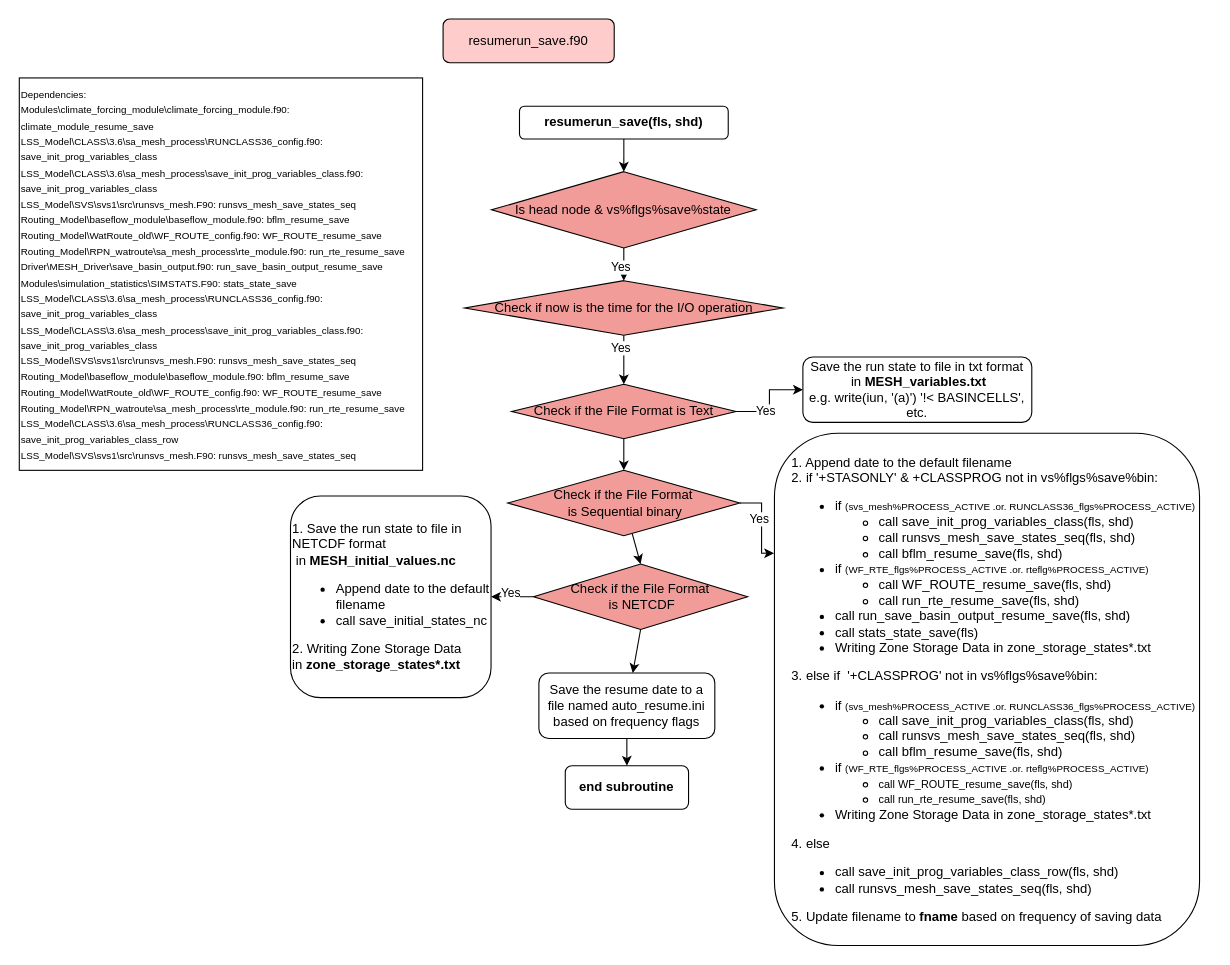
Before: resumerun_save.drawio in MeshMapping/r1860_ME_ZT-Mappings, a draw.io diagram. Source tidied: cells renumbered, new cells numbered last; positions are measured from the earlier drawing's top-left corner, leaving out a move shared by most shapes. Both pictures are drawn from the tidied source at 109%, with x=0, y=0 at pixel (19, 19).
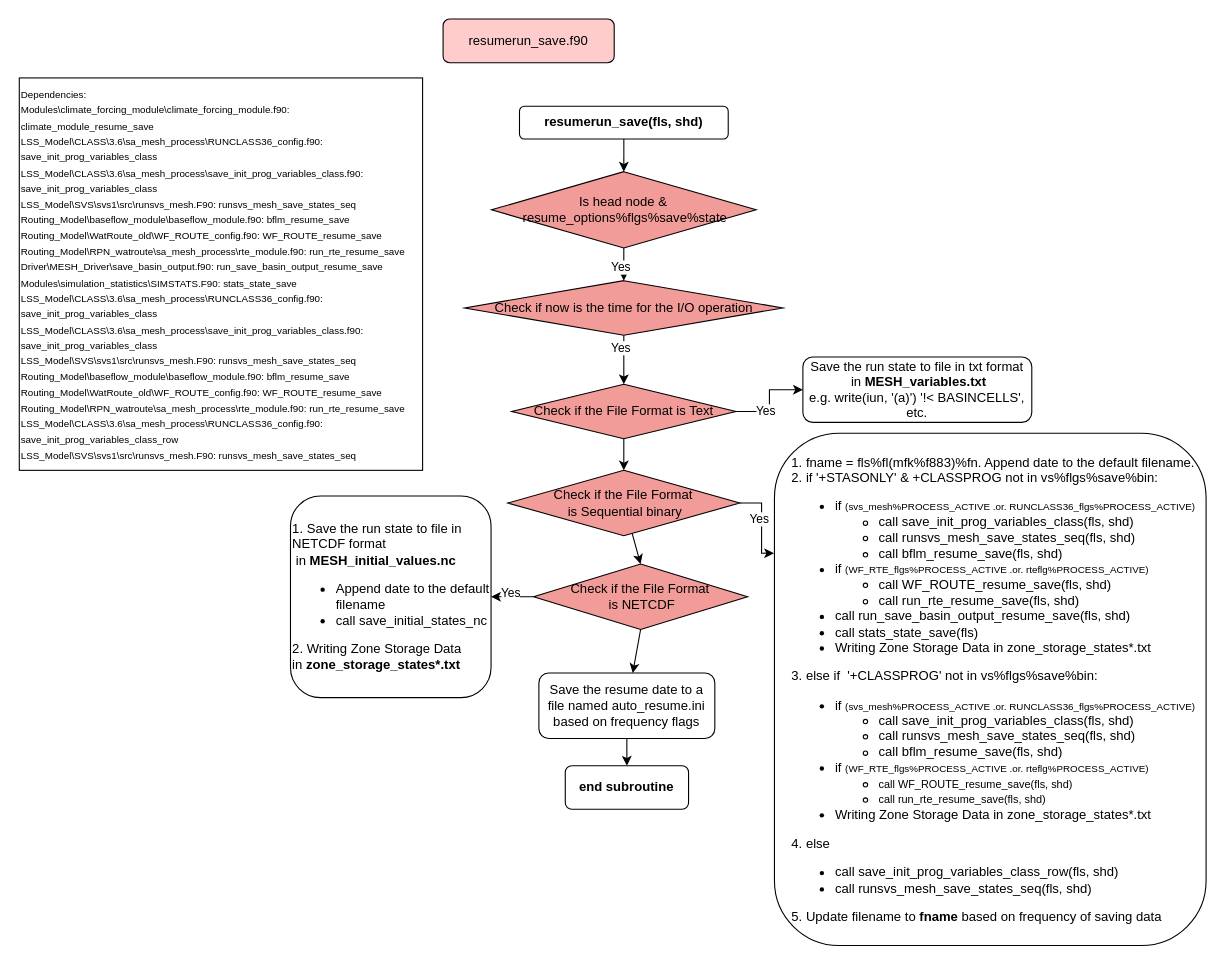
The same diagram, later.

Commit message (it also covers changes not shown here):
Added the rest of the files that were to be mapped from the mesh driver file

The edit, as a diff of the source:
```diff
@@
-    <mxCell id="7" value="Is head node &amp;amp;&amp;nbsp;vs%flgs%save%state" style="rhombus;whiteSpace=wrap;html=1;fillColor=#F19C99;" parent="1" vertex="1">
+    <mxCell id="7" value="Is head node &amp;amp;&lt;div&gt;&amp;nbsp;resume_options%flgs%save%state&lt;/div&gt;" style="rhombus;whiteSpace=wrap;html=1;fillColor=#F19C99;" parent="1" vertex="1">
       <mxGeometry x="433.4" y="140" width="242.8" height="70" as="geometry" />
     </mxCell>
@@
     <mxCell id="19" value="&lt;br&gt;&lt;blockquote style=&quot;margin: 0 0 0 40px; border: none; padding: 0px;&quot;&gt;&lt;div&gt;&lt;span style=&quot;background-color: initial;&quot;&gt;&lt;br&gt;&lt;/span&gt;&lt;/div&gt;&lt;div&gt;&lt;br&gt;&lt;/div&gt;&lt;div&gt;&lt;br&gt;&lt;/div&gt;&lt;div&gt;&lt;br&gt;&lt;/div&gt;&lt;/blockquote&gt;" style="rounded=1;whiteSpace=wrap;html=1;align=left;" parent="1" vertex="1">
-      <mxGeometry x="693" y="380" width="390" height="470" as="geometry" />
+      <mxGeometry x="693" y="380" width="396" height="470" as="geometry" />
     </mxCell>
-    <mxCell id="20" value="&lt;div&gt;1. Append date to the default filename&lt;/div&gt;&lt;div&gt;2. if '+STASONLY' &amp;amp; +CLASSPROG not in vs%flgs%save%bin:&lt;/div&gt;&lt;ul&gt;&lt;li&gt;if&amp;nbsp;&lt;font style=&quot;font-size: 9px;&quot;&gt;(svs_mesh%PROCESS_ACTIVE .or. RUNCLASS36_flgs%PROCESS_ACTIVE)&lt;/font&gt;&lt;/li&gt;&lt;ul&gt;&lt;li&gt;&lt;font style=&quot;font-size: 12px;&quot;&gt;call save_init_prog_variables_class(fls, shd)&lt;/font&gt;&lt;/li&gt;&lt;li&gt;&lt;font style=&quot;font-size: 12px;&quot;&gt;call runsvs_mesh_save_states_seq(fls, shd)&lt;/font&gt;&lt;/li&gt;&lt;li&gt;&lt;font style=&quot;font-size: 12px;&quot;&gt;call bflm_resume_save(fls, shd)&lt;/font&gt;&lt;/li&gt;&lt;/ul&gt;&lt;li&gt;if &lt;font style=&quot;font-size: 9px;&quot;&gt;(WF_RTE_flgs%PROCESS_ACTIVE .or. rteflg%PROCESS_ACTIVE)&lt;/font&gt;&lt;/li&gt;&lt;ul&gt;&lt;li style=&quot;&quot;&gt;&lt;font style=&quot;font-size: 12px;&quot;&gt;call WF_ROUTE_resume_save(fls, shd)&lt;/font&gt;&lt;/li&gt;&lt;li style=&quot;&quot;&gt;&lt;font style=&quot;font-size: 12px;&quot;&gt;call run_rte_resume_save(fls, shd)&lt;/font&gt;&lt;/li&gt;&lt;/ul&gt;&lt;li style=&quot;&quot;&gt;&lt;font style=&quot;font-size: 12px;&quot;&gt;call run_save_basin_output_resume_save(fls, shd)&lt;/font&gt;&lt;/li&gt;&lt;li style=&quot;&quot;&gt;&lt;font style=&quot;font-size: 12px;&quot;&gt;call stats_state_save(fls)&lt;/font&gt;&lt;/li&gt;&lt;li&gt;&lt;span style=&quot;background-color: initial;&quot;&gt;Writing Zone Storage Data in zone_storage_states*.txt&lt;br&gt;&lt;/span&gt;&lt;/li&gt;&lt;/ul&gt;&lt;span style=&quot;background-color: initial;&quot;&gt;3. else if&amp;nbsp;&lt;/span&gt;&amp;nbsp;'+CLASSPROG' not in vs%flgs%save%bin:&lt;div&gt;&lt;ul&gt;&lt;li&gt;if &lt;font style=&quot;font-size: 9px;&quot;&gt;(svs_mesh%PROCESS_ACTIVE .or. RUNCLASS36_flgs%PROCESS_ACTIVE)&lt;/font&gt;&lt;/li&gt;&lt;ul&gt;&lt;li&gt;call save_init_prog_variables_class(fls, shd)&lt;/li&gt;&lt;li style=&quot;&quot;&gt;call runsvs_mesh_save_states_seq(fls, shd)&lt;/li&gt;&lt;li style=&quot;&quot;&gt;call bflm_resume_save(fls, shd)&lt;/li&gt;&lt;/ul&gt;&lt;li&gt;if &lt;font style=&quot;font-size: 9px;&quot;&gt;(WF_RTE_flgs%PROCESS_ACTIVE .or. rteflg%PROCESS_ACTIVE)&lt;/font&gt;&lt;/li&gt;&lt;ul&gt;&lt;li style=&quot;&quot;&gt;&lt;font size=&quot;1&quot; style=&quot;&quot;&gt;call WF_ROUTE_resume_save(fls, shd)&lt;/font&gt;&lt;/li&gt;&lt;li style=&quot;&quot;&gt;&lt;font size=&quot;1&quot; style=&quot;&quot;&gt;call run_rte_resume_save(fls, shd)&lt;/font&gt;&lt;/li&gt;&lt;/ul&gt;&lt;li&gt;Writing Zone Storage Data in zone_storage_states*.txt&lt;br&gt;&lt;/li&gt;&lt;/ul&gt;4. else&amp;nbsp;&lt;/div&gt;&lt;div&gt;&lt;div&gt;&lt;ul&gt;&lt;li&gt;call save_init_prog_variables_class_row(fls, shd)&lt;/li&gt;&lt;li&gt;call runsvs_mesh_save_states_seq(fls, shd)&lt;/li&gt;&lt;/ul&gt;5. Update filename to&amp;nbsp;&lt;b&gt;fname&lt;/b&gt; based on frequency of saving data&lt;/div&gt;&lt;/div&gt;" style="text;html=1;align=left;verticalAlign=middle;whiteSpace=wrap;rounded=0;" parent="1" vertex="1">
+    <mxCell id="20" value="&lt;div&gt;1. fname = fls%fl(mfk%f883)%fn. Append date to the default filename.&amp;nbsp;&lt;/div&gt;&lt;div&gt;2. if '+STASONLY' &amp;amp; +CLASSPROG not in vs%flgs%save%bin:&lt;/div&gt;&lt;ul&gt;&lt;li&gt;if&amp;nbsp;&lt;font style=&quot;font-size: 9px;&quot;&gt;(svs_mesh%PROCESS_ACTIVE .or. RUNCLASS36_flgs%PROCESS_ACTIVE)&lt;/font&gt;&lt;/li&gt;&lt;ul&gt;&lt;li&gt;&lt;font style=&quot;font-size: 12px;&quot;&gt;call save_init_prog_variables_class(fls, shd)&lt;/font&gt;&lt;/li&gt;&lt;li&gt;&lt;font style=&quot;font-size: 12px;&quot;&gt;call runsvs_mesh_save_states_seq(fls, shd)&lt;/font&gt;&lt;/li&gt;&lt;li&gt;&lt;font style=&quot;font-size: 12px;&quot;&gt;call bflm_resume_save(fls, shd)&lt;/font&gt;&lt;/li&gt;&lt;/ul&gt;&lt;li&gt;if &lt;font style=&quot;font-size: 9px;&quot;&gt;(WF_RTE_flgs%PROCESS_ACTIVE .or. rteflg%PROCESS_ACTIVE)&lt;/font&gt;&lt;/li&gt;&lt;ul&gt;&lt;li style=&quot;&quot;&gt;&lt;font style=&quot;font-size: 12px;&quot;&gt;call WF_ROUTE_resume_save(fls, shd)&lt;/font&gt;&lt;/li&gt;&lt;li style=&quot;&quot;&gt;&lt;font style=&quot;font-size: 12px;&quot;&gt;call run_rte_resume_save(fls, shd)&lt;/font&gt;&lt;/li&gt;&lt;/ul&gt;&lt;li style=&quot;&quot;&gt;&lt;font style=&quot;font-size: 12px;&quot;&gt;call run_save_basin_output_resume_save(fls, shd)&lt;/font&gt;&lt;/li&gt;&lt;li style=&quot;&quot;&gt;&lt;font style=&quot;font-size: 12px;&quot;&gt;call stats_state_save(fls)&lt;/font&gt;&lt;/li&gt;&lt;li&gt;&lt;span style=&quot;background-color: initial;&quot;&gt;Writing Zone Storage Data in zone_storage_states*.txt&lt;br&gt;&lt;/span&gt;&lt;/li&gt;&lt;/ul&gt;&lt;span style=&quot;background-color: initial;&quot;&gt;3. else if&amp;nbsp;&lt;/span&gt;&amp;nbsp;'+CLASSPROG' not in vs%flgs%save%bin:&lt;div&gt;&lt;ul&gt;&lt;li&gt;if &lt;font style=&quot;font-size: 9px;&quot;&gt;(svs_mesh%PROCESS_ACTIVE .or. RUNCLASS36_flgs%PROCESS_ACTIVE)&lt;/font&gt;&lt;/li&gt;&lt;ul&gt;&lt;li&gt;call save_init_prog_variables_class(fls, shd)&lt;/li&gt;&lt;li style=&quot;&quot;&gt;call runsvs_mesh_save_states_seq(fls, shd)&lt;/li&gt;&lt;li style=&quot;&quot;&gt;call bflm_resume_save(fls, shd)&lt;/li&gt;&lt;/ul&gt;&lt;li&gt;if &lt;font style=&quot;font-size: 9px;&quot;&gt;(WF_RTE_flgs%PROCESS_ACTIVE .or. rteflg%PROCESS_ACTIVE)&lt;/font&gt;&lt;/li&gt;&lt;ul&gt;&lt;li style=&quot;&quot;&gt;&lt;font size=&quot;1&quot; style=&quot;&quot;&gt;call WF_ROUTE_resume_save(fls, shd)&lt;/font&gt;&lt;/li&gt;&lt;li style=&quot;&quot;&gt;&lt;font size=&quot;1&quot; style=&quot;&quot;&gt;call run_rte_resume_save(fls, shd)&lt;/font&gt;&lt;/li&gt;&lt;/ul&gt;&lt;li&gt;Writing Zone Storage Data in zone_storage_states*.txt&lt;br&gt;&lt;/li&gt;&lt;/ul&gt;4. else&amp;nbsp;&lt;/div&gt;&lt;div&gt;&lt;div&gt;&lt;ul&gt;&lt;li&gt;call save_init_prog_variables_class_row(fls, shd)&lt;/li&gt;&lt;li&gt;call runsvs_mesh_save_states_seq(fls, shd)&lt;/li&gt;&lt;/ul&gt;5. Update filename to&amp;nbsp;&lt;b&gt;fname&lt;/b&gt; based on frequency of saving data&lt;/div&gt;&lt;/div&gt;" style="text;html=1;align=left;verticalAlign=middle;whiteSpace=wrap;rounded=0;" parent="1" vertex="1">
       <mxGeometry x="707" y="437.5" width="386" height="355" as="geometry" />
     </mxCell>
```
